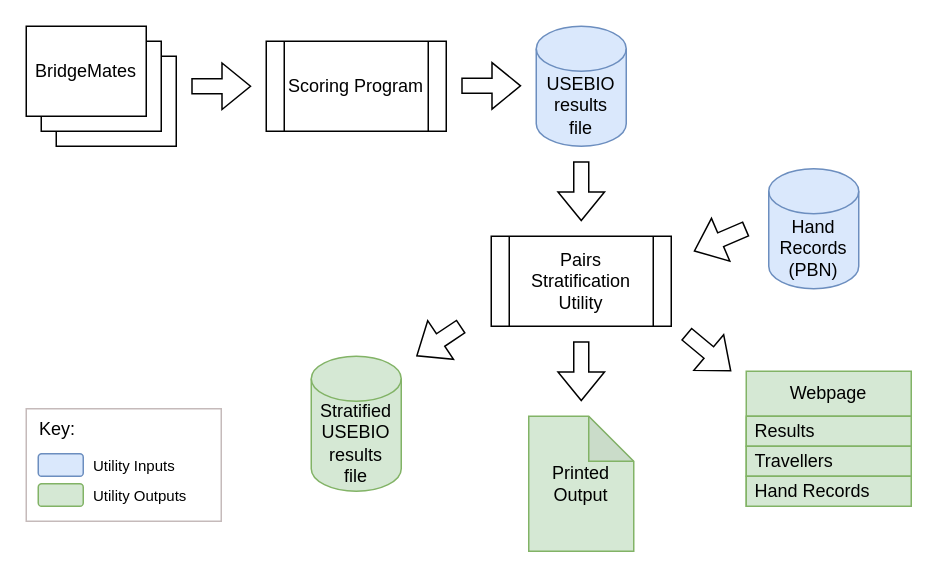
This is imagemasters/Workflow.drawio from itsthepom/pairs-stratification, a draw.io file, before an edit. Source tidied: cells renumbered, new cells numbered last; positions are measured from the earlier drawing's top-left corner, leaving out a move shared by most shapes. Both pictures are drawn from the tidied source at 150%, with x=0, y=0 at pixel (26, 26).
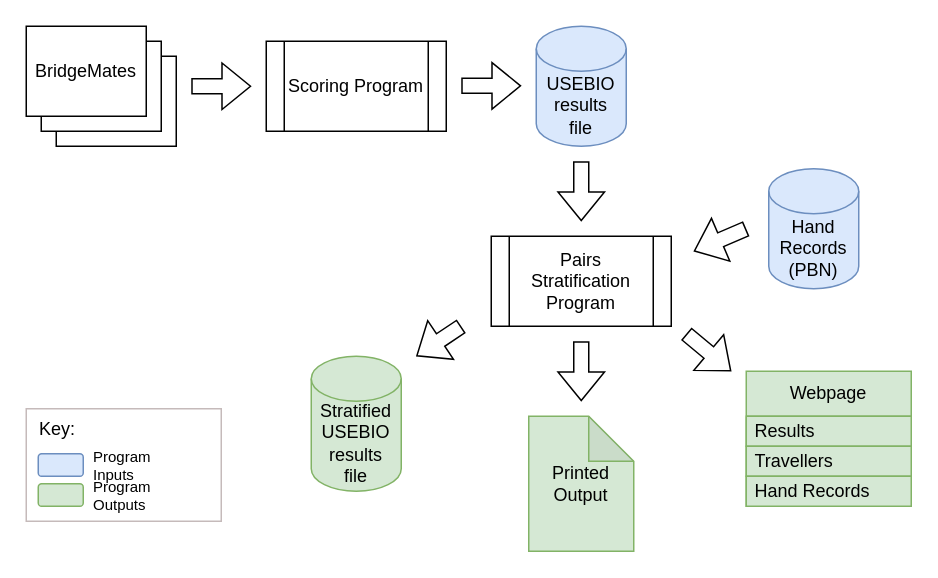
After the change.

What changed in the source:
```diff
@@
-    <mxCell id="10" value="Pairs&lt;div&gt;Stratification&lt;/div&gt;&lt;div&gt;Utility&lt;/div&gt;" style="shape=process;whiteSpace=wrap;html=1;backgroundOutline=1;" parent="1" vertex="1">
+    <mxCell id="10" value="Pairs&lt;div&gt;Stratification&lt;/div&gt;&lt;div&gt;Program&lt;/div&gt;" style="shape=process;whiteSpace=wrap;html=1;backgroundOutline=1;" parent="1" vertex="1">
       <mxGeometry x="310" y="140" width="120" height="60" as="geometry" />
     </mxCell>
@@
-    <mxCell id="25" value="Utility Inputs" style="rounded=0;whiteSpace=wrap;html=1;strokeColor=none;align=left;fontSize=10;" parent="1" vertex="1">
+    <mxCell id="25" value="Program Inputs" style="rounded=0;whiteSpace=wrap;html=1;strokeColor=none;align=left;fontSize=10;" parent="1" vertex="1">
       <mxGeometry x="43" y="285" width="70" height="15" as="geometry" />
     </mxCell>
@@
-    <mxCell id="27" value="Utility Outputs" style="rounded=0;whiteSpace=wrap;html=1;strokeColor=none;align=left;fontSize=10;" parent="1" vertex="1">
+    <mxCell id="27" value="Program Outputs" style="rounded=0;whiteSpace=wrap;html=1;strokeColor=none;align=left;fontSize=10;" parent="1" vertex="1">
       <mxGeometry x="43" y="305" width="70" height="15" as="geometry" />
     </mxCell>
```
